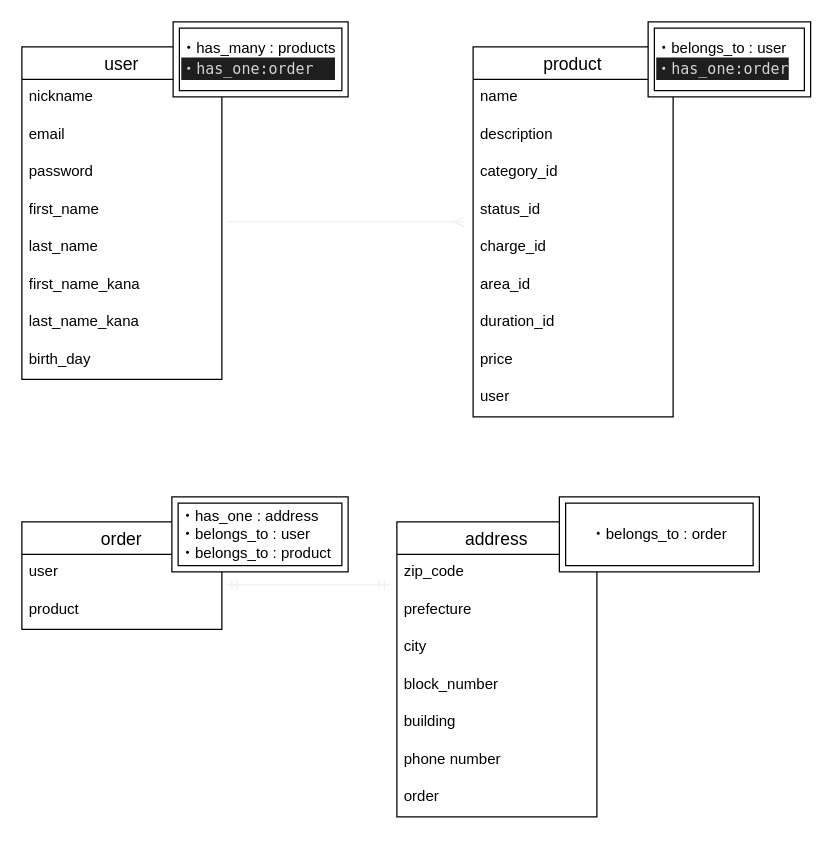
This is config/er.dio from yutagotoinc/furima-31906, a draw.io file, before an edit. Source tidied: cells renumbered, new cells numbered last; positions are measured from the earlier drawing's top-left corner, leaving out a move shared by most shapes. Both pictures are drawn from the tidied source at 125%, with x=0, y=0 at pixel (21, 21).
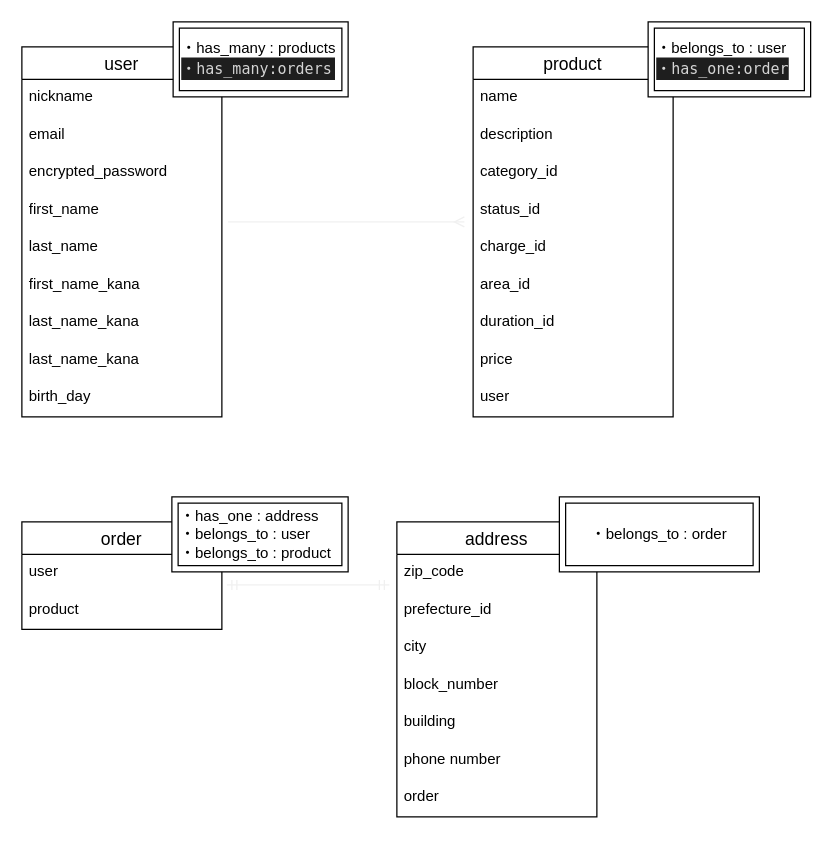
After the change.

Commit message (it also covers changes not shown here):
データベース修正

Unchanged cells that the change refers to:
```xml
<mxCell id="21" value="address" style="swimlane;fontStyle=0;horizontal=1;startSize=26;align=center;fontSize=14;" parent="1" vertex="1">
  <mxGeometry x="300" y="400" width="160" height="236" as="geometry" />
</mxCell>
```

Diff of the diagram source:
```diff
@@
     <mxCell id="2" value="user" style="swimlane;fontStyle=0;horizontal=1;startSize=26;align=center;fontSize=14;" parent="1" vertex="1">
-      <mxGeometry y="20" width="160" height="266" as="geometry" />
+      <mxGeometry y="20" width="160" height="296" as="geometry" />
     </mxCell>
@@
-    <mxCell id="5" value="password" style="text;strokeColor=none;fillColor=none;spacingLeft=4;spacingRight=4;overflow=hidden;fontSize=12;" parent="2" vertex="1">
+    <mxCell id="5" value="encrypted_password " style="text;strokeColor=none;fillColor=none;spacingLeft=4;spacingRight=4;overflow=hidden;fontSize=12;" parent="2" vertex="1">
       <mxGeometry y="86" width="160" height="30" as="geometry" />
     </mxCell>
@@
+    <mxCell id="38" value="last_name_kana" style="text;strokeColor=none;fillColor=none;spacingLeft=4;spacingRight=4;overflow=hidden;fontSize=12;" parent="2" vertex="1">
+      <mxGeometry y="236" width="160" height="30" as="geometry" />
+    </mxCell>
     <mxCell id="10" value="birth_day" style="text;strokeColor=none;fillColor=none;spacingLeft=4;spacingRight=4;overflow=hidden;fontSize=12;" parent="2" vertex="1">
-      <mxGeometry y="236" width="160" height="30" as="geometry" />
+      <mxGeometry y="266" width="160" height="30" as="geometry" />
     </mxCell>
@@
-    <mxCell id="23" value="prefecture" style="text;strokeColor=none;fillColor=none;spacingLeft=4;spacingRight=4;overflow=hidden;fontSize=12;" parent="21" vertex="1">
+    <mxCell id="23" value="prefecture_id" style="text;strokeColor=none;fillColor=none;spacingLeft=4;spacingRight=4;overflow=hidden;fontSize=12;" parent="21" vertex="1">
       <mxGeometry y="56" width="160" height="30" as="geometry" />
     </mxCell>
@@
-    <mxCell id="33" value="・has_many : products&lt;br&gt;&lt;div style=&quot;color: rgb(212 , 212 , 212) ; background-color: rgb(30 , 30 , 30) ; font-family: &amp;#34;menlo&amp;#34; , &amp;#34;monaco&amp;#34; , &amp;#34;courier new&amp;#34; , monospace ; line-height: 18px&quot;&gt;・has_one:order&lt;/div&gt;" style="shape=ext;margin=3;double=1;whiteSpace=wrap;html=1;align=left;" parent="1" vertex="1">
+    <mxCell id="33" value="・has_many : products&lt;br&gt;&lt;div style=&quot;color: rgb(212 , 212 , 212) ; background-color: rgb(30 , 30 , 30) ; font-family: &amp;#34;menlo&amp;#34; , &amp;#34;monaco&amp;#34; , &amp;#34;courier new&amp;#34; , monospace ; line-height: 18px&quot;&gt;・has_many:orders&lt;/div&gt;" style="shape=ext;margin=3;double=1;whiteSpace=wrap;html=1;align=left;" parent="1" vertex="1">
       <mxGeometry x="121" width="140" height="60" as="geometry" />
     </mxCell>
```
